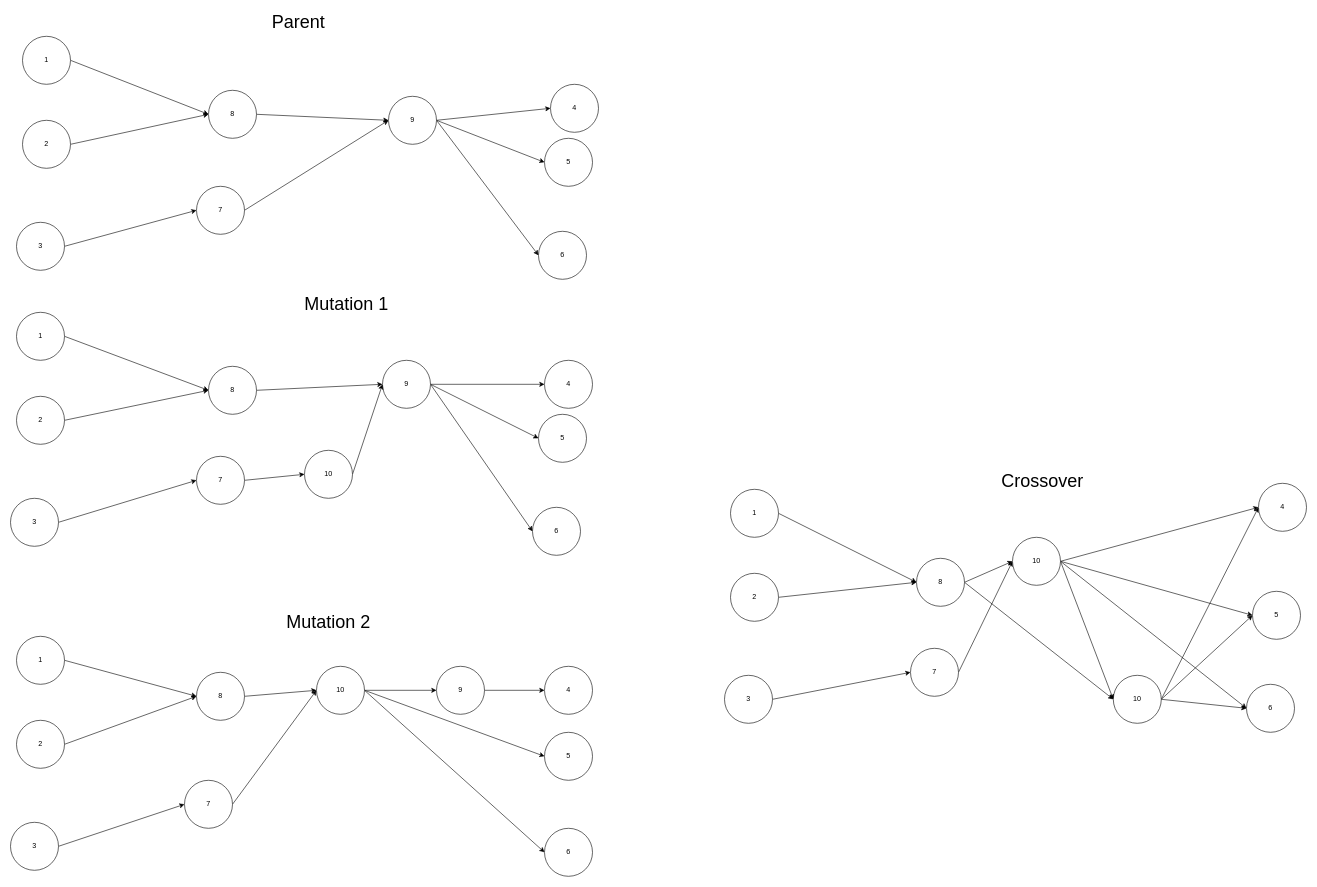
This is ExempleMutationCrossoverCedric.drawio from maxo98/fyc_IA, a draw.io file, before an edit. Source tidied: cells renumbered, new cells numbered last; positions are measured from the earlier drawing's top-left corner, leaving out a move shared by most shapes. Both pictures are drawn from the tidied source at 60%, with x=0, y=0 at pixel (10, 12).
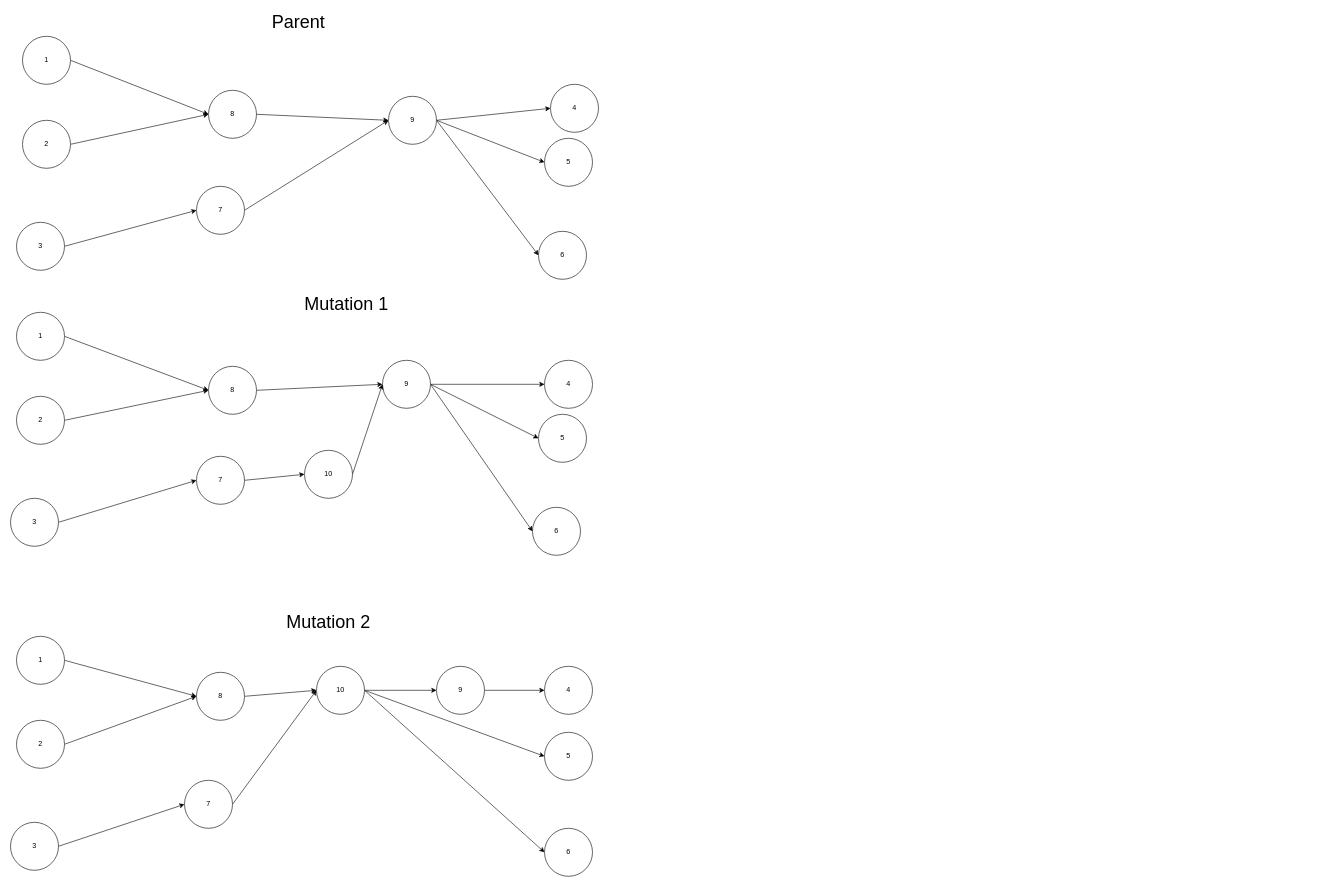
After the change.

Diff of the diagram source:
```diff
@@
-    <mxCell id="40" style="edgeStyle=none;rounded=0;jettySize=auto;html=1;exitX=1;exitY=0.5;exitDx=0;exitDy=0;entryX=0;entryY=0.5;entryDx=0;entryDy=0;" parent="1" edge="1" source="41" target="53">
-      <mxGeometry relative="1" as="geometry" />
-    </mxCell>
-    <mxCell id="41" value="1" style="ellipse;whiteSpace=wrap;html=1;" parent="1" vertex="1">
-      <mxGeometry x="1200" y="795" width="80" height="80" as="geometry" />
-    </mxCell>
-    <mxCell id="42" style="edgeStyle=none;rounded=0;jettySize=auto;html=1;exitX=1;exitY=0.5;exitDx=0;exitDy=0;entryX=0;entryY=0.5;entryDx=0;entryDy=0;" parent="1" edge="1" source="43" target="53">
-      <mxGeometry relative="1" as="geometry" />
-    </mxCell>
-    <mxCell id="43" value="2" style="ellipse;whiteSpace=wrap;html=1;" parent="1" vertex="1">
-      <mxGeometry x="1200" y="935" width="80" height="80" as="geometry" />
-    </mxCell>
-    <mxCell id="44" style="rounded=0;jettySize=auto;html=1;exitX=1;exitY=0.5;exitDx=0;exitDy=0;entryX=0;entryY=0.5;entryDx=0;entryDy=0;" parent="1" edge="1" source="45" target="50">
-      <mxGeometry relative="1" as="geometry" />
-    </mxCell>
-    <mxCell id="45" value="3" style="ellipse;whiteSpace=wrap;html=1;" parent="1" vertex="1">
-      <mxGeometry x="1190" y="1105" width="80" height="80" as="geometry" />
-    </mxCell>
-    <mxCell id="46" value="4" style="ellipse;whiteSpace=wrap;html=1;" parent="1" vertex="1">
-      <mxGeometry x="2080" y="785" width="80" height="80" as="geometry" />
-    </mxCell>
-    <mxCell id="47" value="6" style="ellipse;whiteSpace=wrap;html=1;" parent="1" vertex="1">
-      <mxGeometry x="2060" y="1120" width="80" height="80" as="geometry" />
-    </mxCell>
-    <mxCell id="48" value="5" style="ellipse;whiteSpace=wrap;html=1;" parent="1" vertex="1">
-      <mxGeometry x="2070" y="965" width="80" height="80" as="geometry" />
-    </mxCell>
-    <mxCell id="49" style="edgeStyle=none;rounded=0;jettySize=auto;html=1;exitX=1;exitY=0.5;exitDx=0;exitDy=0;entryX=0;entryY=0.5;entryDx=0;entryDy=0;" parent="1" edge="1" source="50" target="62">
-      <mxGeometry relative="1" as="geometry" />
-    </mxCell>
-    <mxCell id="50" value="7" style="ellipse;whiteSpace=wrap;html=1;" parent="1" vertex="1">
-      <mxGeometry x="1500" y="1060" width="80" height="80" as="geometry" />
-    </mxCell>
-    <mxCell id="51" style="edgeStyle=none;rounded=0;jettySize=auto;html=1;exitX=1;exitY=0.5;exitDx=0;exitDy=0;entryX=0;entryY=0.5;entryDx=0;entryDy=0;" parent="1" edge="1" source="53" target="57">
-      <mxGeometry relative="1" as="geometry" />
-    </mxCell>
-    <mxCell id="52" style="edgeStyle=none;rounded=0;jettySize=auto;html=1;exitX=1;exitY=0.5;exitDx=0;exitDy=0;entryX=0;entryY=0.5;entryDx=0;entryDy=0;" parent="1" edge="1" source="53" target="62">
-      <mxGeometry relative="1" as="geometry" />
-    </mxCell>
-    <mxCell id="53" value="8" style="ellipse;whiteSpace=wrap;html=1;" parent="1" vertex="1">
-      <mxGeometry x="1510" y="910" width="80" height="80" as="geometry" />
-    </mxCell>
-    <mxCell id="54" style="edgeStyle=none;rounded=0;jettySize=auto;html=1;exitX=1;exitY=0.5;exitDx=0;exitDy=0;entryX=0;entryY=0.5;entryDx=0;entryDy=0;" parent="1" edge="1" source="57" target="46">
-      <mxGeometry relative="1" as="geometry" />
-    </mxCell>
-    <mxCell id="55" style="edgeStyle=none;rounded=0;jettySize=auto;html=1;exitX=1;exitY=0.5;exitDx=0;exitDy=0;entryX=0;entryY=0.5;entryDx=0;entryDy=0;" parent="1" edge="1" source="57" target="48">
-      <mxGeometry relative="1" as="geometry" />
-    </mxCell>
-    <mxCell id="56" style="edgeStyle=none;rounded=0;jettySize=auto;html=1;exitX=1;exitY=0.5;exitDx=0;exitDy=0;entryX=0;entryY=0.5;entryDx=0;entryDy=0;" parent="1" edge="1" source="57" target="47">
-      <mxGeometry relative="1" as="geometry" />
-    </mxCell>
-    <mxCell id="57" value="10" style="ellipse;whiteSpace=wrap;html=1;" parent="1" vertex="1">
-      <mxGeometry x="1838" y="1105" width="80" height="80" as="geometry" />
-    </mxCell>
-    <mxCell id="58" style="edgeStyle=none;rounded=0;jettySize=auto;html=1;exitX=1;exitY=0.5;exitDx=0;exitDy=0;entryX=0;entryY=0.5;entryDx=0;entryDy=0;" parent="1" edge="1" source="62" target="57">
-      <mxGeometry relative="1" as="geometry" />
-    </mxCell>
-    <mxCell id="59" style="edgeStyle=none;rounded=0;jettySize=auto;html=1;exitX=1;exitY=0.5;exitDx=0;exitDy=0;entryX=0;entryY=0.5;entryDx=0;entryDy=0;" parent="1" edge="1" source="62" target="46">
-      <mxGeometry relative="1" as="geometry" />
-    </mxCell>
-    <mxCell id="60" style="edgeStyle=none;rounded=0;jettySize=auto;html=1;exitX=1;exitY=0.5;exitDx=0;exitDy=0;entryX=0;entryY=0.5;entryDx=0;entryDy=0;" parent="1" edge="1" source="62" target="48">
-      <mxGeometry relative="1" as="geometry" />
-    </mxCell>
-    <mxCell id="61" style="edgeStyle=none;rounded=0;jettySize=auto;html=1;exitX=1;exitY=0.5;exitDx=0;exitDy=0;entryX=0;entryY=0.5;entryDx=0;entryDy=0;" parent="1" edge="1" source="62" target="47">
-      <mxGeometry relative="1" as="geometry" />
-    </mxCell>
-    <mxCell id="62" value="10" style="ellipse;whiteSpace=wrap;html=1;" parent="1" vertex="1">
-      <mxGeometry x="1670" y="875" width="80" height="80" as="geometry" />
-    </mxCell>
@@
-    <mxCell id="83" value="&lt;font style=&quot;font-size: 30px;&quot;&gt;Crossover&lt;/font&gt;" style="text;html=1;strokeColor=none;fillColor=none;align=center;verticalAlign=middle;whiteSpace=wrap;rounded=0;" parent="1" vertex="1">
-      <mxGeometry x="1610" y="765" width="220" height="30" as="geometry" />
-    </mxCell>
```
